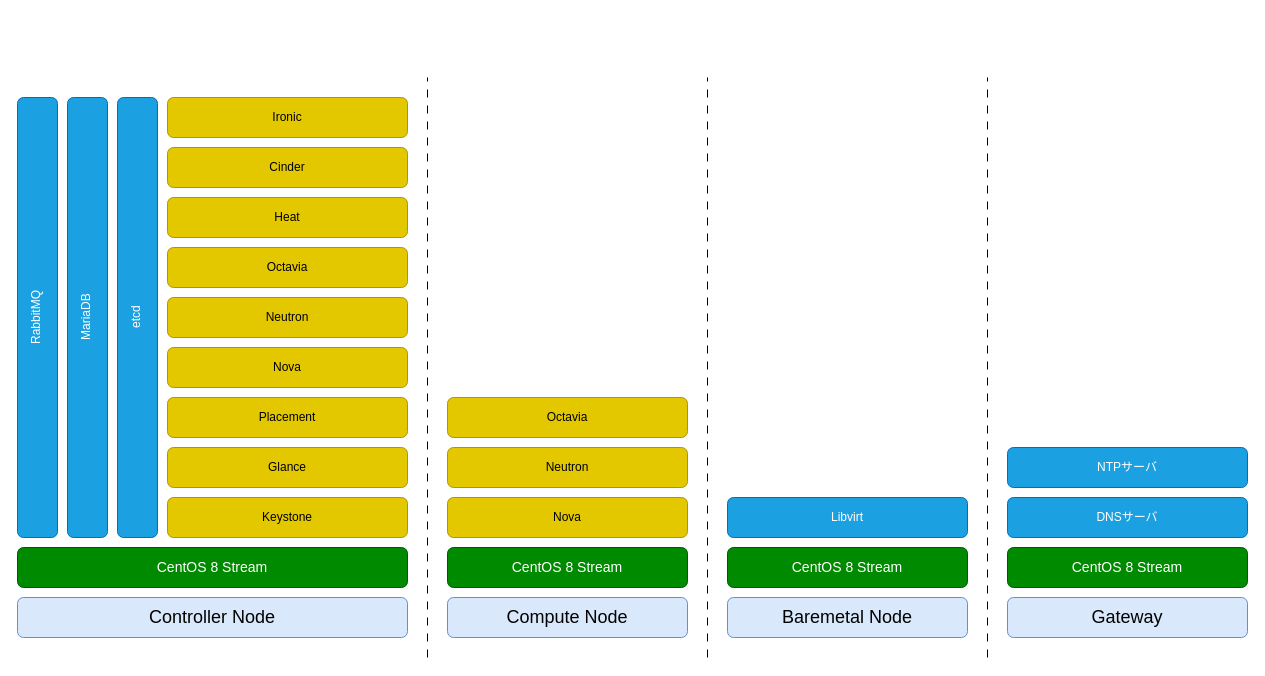
The draw.io diagram _static/image/software_diagram.drawio in 9506hqwy/openstack_study_notes, before the edit. Source tidied: cells renumbered, new cells numbered last; positions are measured from the earlier drawing's top-left corner, leaving out a move shared by most shapes. Both pictures are drawn from the tidied source at 100%, with x=0, y=0 at pixel (17, 77).
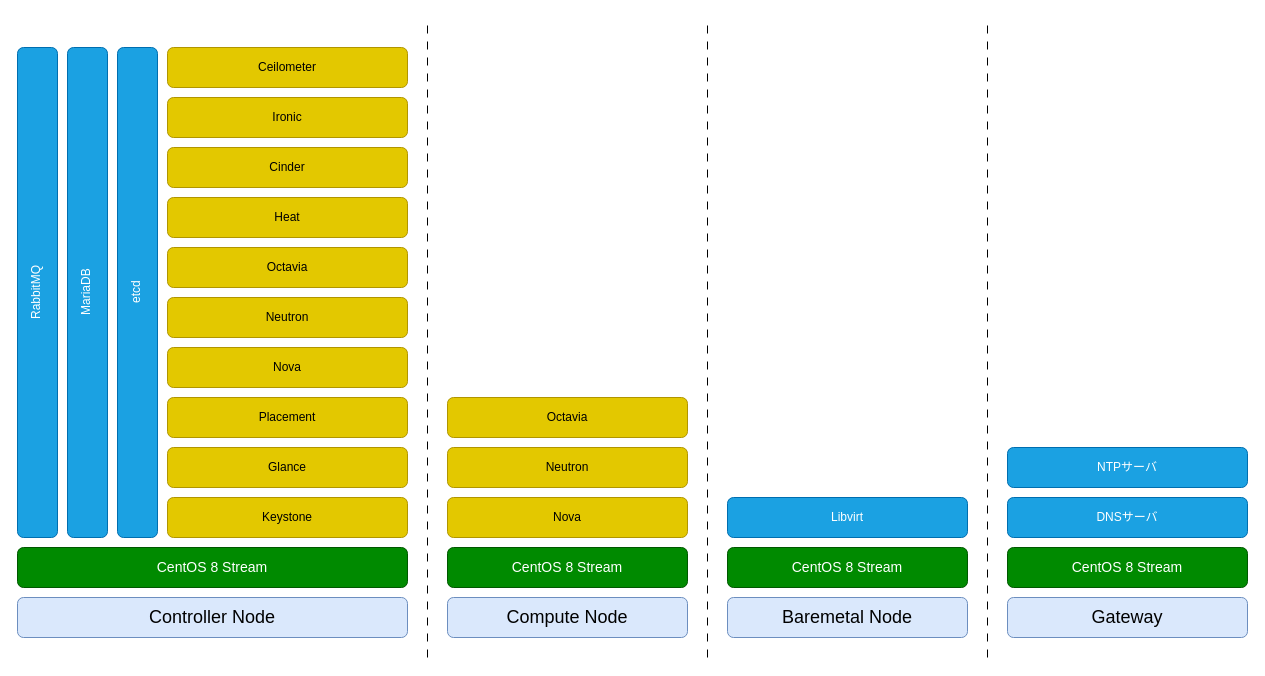
After the change.

Commit message (it also covers changes not shown here):
Ceilometer について記載した。

The edit, as a diff of the source:
```diff
@@
     <mxCell id="11" value="RabbitMQ" style="rounded=1;whiteSpace=wrap;html=1;fillColor=#1ba1e2;strokeColor=#006EAF;direction=north;textDirection=vertical-rl;rotation=-180;fontColor=#ffffff;" parent="1" vertex="1">
-      <mxGeometry y="20" width="40" height="440" as="geometry" />
+      <mxGeometry y="-30" width="40" height="490" as="geometry" />
     </mxCell>
     <mxCell id="12" value="MariaDB" style="rounded=1;whiteSpace=wrap;html=1;fillColor=#1ba1e2;strokeColor=#006EAF;direction=north;textDirection=vertical-rl;rotation=-180;fontColor=#ffffff;" parent="1" vertex="1">
-      <mxGeometry x="50" y="20" width="40" height="440" as="geometry" />
+      <mxGeometry x="50" y="-30" width="40" height="490" as="geometry" />
     </mxCell>
     <mxCell id="13" value="etcd" style="rounded=1;whiteSpace=wrap;html=1;fillColor=#1ba1e2;strokeColor=#006EAF;direction=north;textDirection=vertical-rl;rotation=-180;fontColor=#ffffff;" parent="1" vertex="1">
-      <mxGeometry x="100" y="20" width="40" height="440" as="geometry" />
+      <mxGeometry x="100" y="-30" width="40" height="490" as="geometry" />
     </mxCell>
@@
     <mxCell id="18" style="endArrow=none;html=1;rounded=0;dashed=1;dashPattern=8 8;" parent="1" edge="1">
       <mxGeometry relative="1" as="geometry">
         <mxPoint x="970" y="580" as="sourcePoint" />
-        <mxPoint x="970" as="targetPoint" />
+        <mxPoint x="970" y="-60" as="targetPoint" />
       </mxGeometry>
     </mxCell>
     <mxCell id="19" style="endArrow=none;html=1;rounded=0;dashed=1;dashPattern=8 8;" parent="1" edge="1">
       <mxGeometry relative="1" as="geometry">
         <mxPoint x="690" y="580" as="sourcePoint" />
-        <mxPoint x="690" as="targetPoint" />
+        <mxPoint x="690" y="-60" as="targetPoint" />
       </mxGeometry>
     </mxCell>
@@
     <mxCell id="23" style="endArrow=none;html=1;rounded=0;dashed=1;dashPattern=8 8;" parent="1" edge="1">
       <mxGeometry relative="1" as="geometry">
         <mxPoint x="410" y="580" as="sourcePoint" />
-        <mxPoint x="410" as="targetPoint" />
+        <mxPoint x="410" y="-60" as="targetPoint" />
       </mxGeometry>
     </mxCell>
@@
+    <mxCell id="31" value="Ceilometer" style="rounded=1;whiteSpace=wrap;html=1;fillColor=#e3c800;strokeColor=#B09500;fontColor=#000000;" parent="1" vertex="1">
+      <mxGeometry x="150" y="-30" width="240" height="40" as="geometry" />
+    </mxCell>
```
